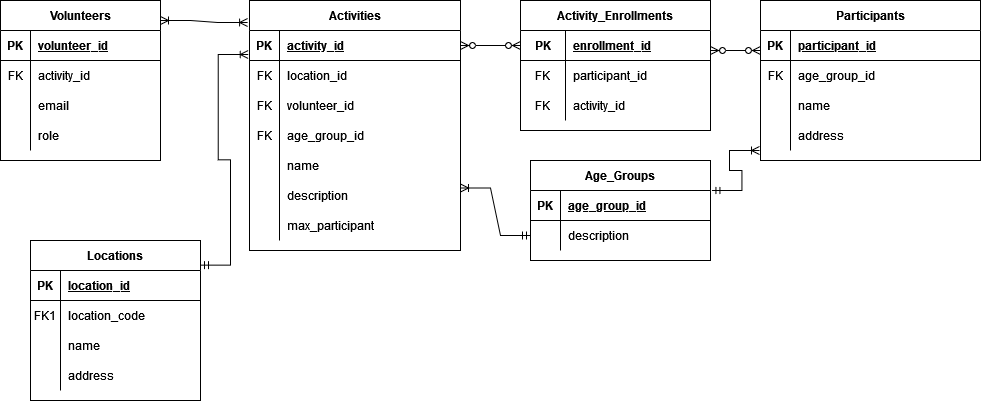
This is 340.drawio.png from arse0039/340_db, a draw.io export, as it was before one commit. Source tidied: cells renumbered, new cells last; positions are measured from the earlier drawing's top-left corner, leaving out a move shared by most shapes.
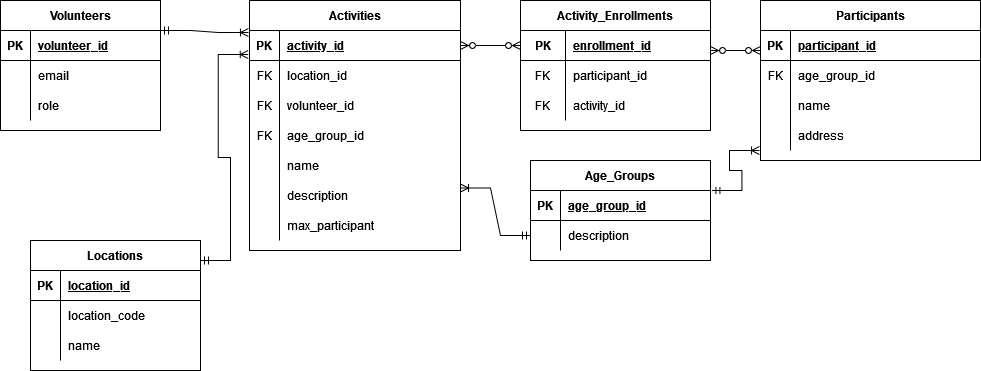
After the commit.

The edit, as a diff of the source:
```diff
@@ -3,7 +3,7 @@
     <mxCell id="0" />
     <mxCell id="1" parent="0" />
     <mxCell id="2" value="Locations" style="shape=table;startSize=30;rowLines=0;fontStyle=1;align=center;" parent="1" vertex="1">
-      <mxGeometry x="30" y="240" width="170" height="160" as="geometry" />
+      <mxGeometry x="30" y="240" width="170" height="130" as="geometry" />
     </mxCell>
     <mxCell id="3" style="shape=partialRectangle;fillColor=none;top=0;left=0;right=0;bottom=1;" parent="2" vertex="1">
       <mxGeometry y="30" width="170" height="30" as="geometry" />
@@ -17,7 +17,7 @@
     <mxCell id="6" style="shape=partialRectangle;fillColor=none;top=0;left=0;right=0;bottom=0;" parent="2" vertex="1">
       <mxGeometry y="60" width="170" height="30" as="geometry" />
     </mxCell>
-    <mxCell id="7" value="FK1" style="shape=partialRectangle;overflow=hidden;fillColor=none;top=0;left=0;bottom=0;right=0;" parent="6" vertex="1">
+    <mxCell id="7" style="shape=partialRectangle;overflow=hidden;fillColor=none;top=0;left=0;bottom=0;right=0;" parent="6" vertex="1">
       <mxGeometry width="30" height="30" as="geometry" />
     </mxCell>
     <mxCell id="8" value="location_code" style="shape=partialRectangle;overflow=hidden;fillColor=none;top=0;left=0;bottom=0;right=0;align=left;spacingLeft=6;" parent="6" vertex="1">
@@ -32,17 +32,8 @@
     <mxCell id="11" value="name" style="shape=partialRectangle;overflow=hidden;fillColor=none;top=0;left=0;bottom=0;right=0;align=left;spacingLeft=6;" parent="9" vertex="1">
       <mxGeometry x="30" width="140" height="30" as="geometry" />
     </mxCell>
-    <mxCell id="12" style="shape=partialRectangle;fillColor=none;top=0;left=0;right=0;bottom=0;" parent="2" vertex="1">
-      <mxGeometry y="120" width="170" height="30" as="geometry" />
-    </mxCell>
-    <mxCell id="13" style="shape=partialRectangle;overflow=hidden;fillColor=none;top=0;left=0;bottom=0;right=0;" parent="12" vertex="1">
-      <mxGeometry width="30" height="30" as="geometry" />
-    </mxCell>
-    <mxCell id="14" value="address" style="shape=partialRectangle;overflow=hidden;fillColor=none;top=0;left=0;bottom=0;right=0;align=left;spacingLeft=6;" parent="12" vertex="1">
-      <mxGeometry x="30" width="140" height="30" as="geometry" />
-    </mxCell>
     <mxCell id="15" value="Volunteers" style="shape=table;startSize=30;rowLines=0;fontStyle=1;align=center;" parent="1" vertex="1">
-      <mxGeometry width="160" height="160" as="geometry" />
+      <mxGeometry width="160" height="130" as="geometry" />
     </mxCell>
     <mxCell id="16" style="shape=partialRectangle;fillColor=none;top=0;left=0;right=0;bottom=1;" parent="15" vertex="1">
       <mxGeometry y="30" width="160" height="30" as="geometry" />
@@ -53,17 +44,8 @@
     <mxCell id="18" value="volunteer_id" style="shape=partialRectangle;overflow=hidden;fillColor=none;top=0;left=0;bottom=0;right=0;align=left;spacingLeft=6;fontStyle=5;" parent="16" vertex="1">
       <mxGeometry x="30" width="130" height="30" as="geometry" />
     </mxCell>
-    <mxCell id="19" style="shape=partialRectangle;fillColor=none;top=0;left=0;right=0;bottom=0;" parent="15" vertex="1">
-      <mxGeometry y="60" width="160" height="30" as="geometry" />
-    </mxCell>
-    <mxCell id="20" value="FK" style="shape=partialRectangle;overflow=hidden;fillColor=none;top=0;left=0;bottom=0;right=0;" parent="19" vertex="1">
-      <mxGeometry width="30" height="30" as="geometry" />
-    </mxCell>
-    <mxCell id="21" value="activity_id" style="shape=partialRectangle;overflow=hidden;fillColor=none;top=0;left=0;bottom=0;right=0;align=left;spacingLeft=6;" parent="19" vertex="1">
-      <mxGeometry x="30" width="130" height="30" as="geometry" />
-    </mxCell>
     <mxCell id="22" style="shape=partialRectangle;fillColor=none;top=0;left=0;right=0;bottom=0;" parent="15" vertex="1">
-      <mxGeometry y="90" width="160" height="30" as="geometry" />
+      <mxGeometry y="60" width="160" height="30" as="geometry" />
     </mxCell>
     <mxCell id="23" style="shape=partialRectangle;overflow=hidden;fillColor=none;top=0;left=0;bottom=0;right=0;" parent="22" vertex="1">
       <mxGeometry width="30" height="30" as="geometry" />
@@ -72,7 +54,7 @@
       <mxGeometry x="30" width="130" height="30" as="geometry" />
     </mxCell>
     <mxCell id="25" style="shape=partialRectangle;fillColor=none;top=0;left=0;right=0;bottom=0;" parent="15" vertex="1">
-      <mxGeometry y="120" width="160" height="30" as="geometry" />
+      <mxGeometry y="90" width="160" height="30" as="geometry" />
     </mxCell>
     <mxCell id="26" style="shape=partialRectangle;overflow=hidden;fillColor=none;top=0;left=0;bottom=0;right=0;" parent="25" vertex="1">
       <mxGeometry width="30" height="30" as="geometry" />
@@ -244,11 +226,6 @@
         <mxPoint x="759" y="150" as="targetPoint" />
       </mxGeometry>
     </mxCell>
-    <mxCell id="82" style="edgeStyle=entityRelationEdgeStyle;fontSize=12;html=1;endArrow=ERoneToMany;startArrow=ERoneToMany;rounded=0;entryX=-0.009;entryY=0.088;entryDx=0;entryDy=0;entryPerimeter=0;" parent="1" edge="1" target="58">
-      <mxGeometry relative="1" as="geometry">
-        <mxPoint x="160" y="20" as="sourcePoint" />
-      </mxGeometry>
-    </mxCell>
     <mxCell id="83" style="edgeStyle=entityRelationEdgeStyle;fontSize=12;html=1;endArrow=ERoneToMany;startArrow=ERmandOne;rounded=0;exitX=0;exitY=0.5;exitDx=0;exitDy=0;entryX=1;entryY=0.75;entryDx=0;entryDy=0;" parent="1" edge="1" source="32" target="58">
       <mxGeometry relative="1" as="geometry" />
     </mxCell>
@@ -261,5 +238,10 @@
     <mxCell id="85" style="edgeStyle=entityRelationEdgeStyle;fontSize=12;html=1;endArrow=ERzeroToMany;endFill=1;startArrow=ERzeroToMany;rounded=0;entryX=0;entryY=0.5;entryDx=0;entryDy=0;exitX=1;exitY=0.5;exitDx=0;exitDy=0;" parent="1" edge="1" source="59" target="36">
       <mxGeometry relative="1" as="geometry" />
     </mxCell>
+    <mxCell id="86" style="edgeStyle=entityRelationEdgeStyle;fontSize=12;html=1;endArrow=ERoneToMany;startArrow=ERmandOne;rounded=0;entryX=-0.005;entryY=0.067;entryDx=0;entryDy=0;entryPerimeter=0;" parent="1" edge="1" target="59">
+      <mxGeometry relative="1" as="geometry">
+        <mxPoint x="160" y="30" as="sourcePoint" />
+      </mxGeometry>
+    </mxCell>
   </root>
 </mxGraphModel>
```
